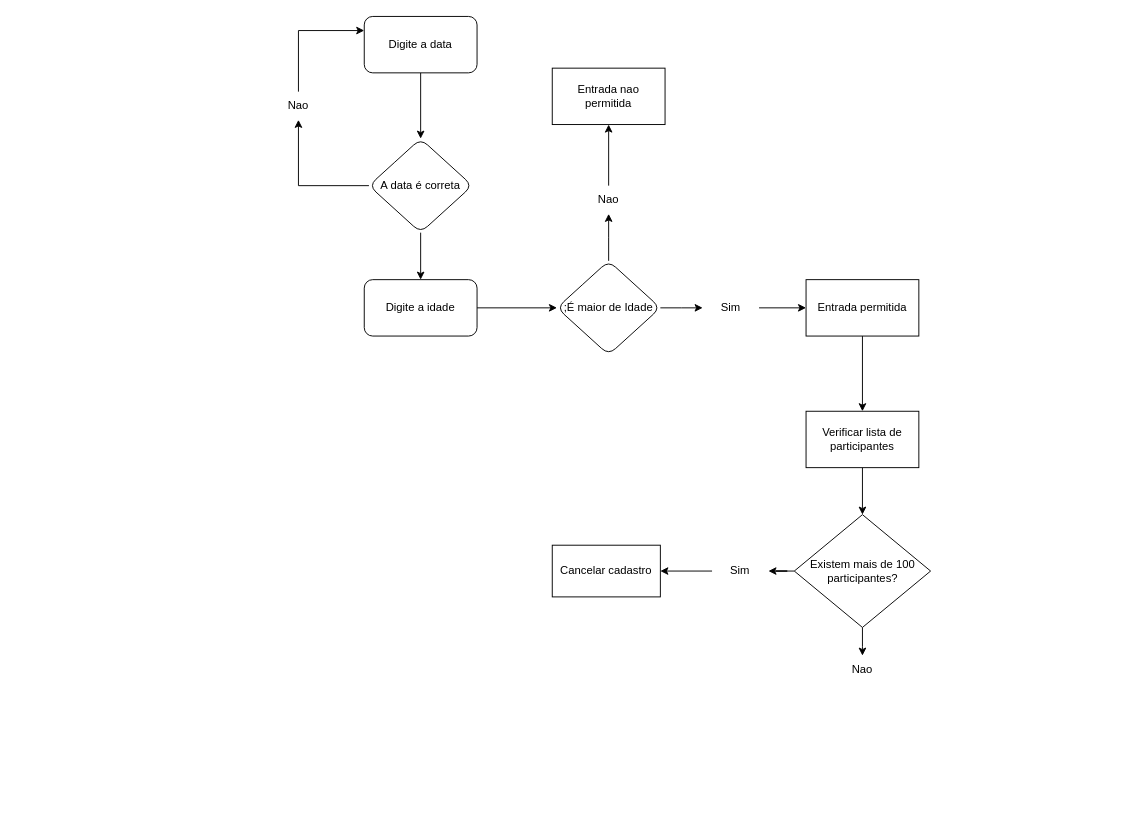
This is Primeiro Diagrama Exercicio.drawio from thiagomribe/primeirodiagrama, a draw.io file, before an edit. Source tidied: cells renumbered, new cells numbered last; positions are measured from the earlier drawing's top-left corner, leaving out a move shared by most shapes. Both pictures are drawn from the tidied source at 94%, with x=0, y=0 at pixel (270, 16).
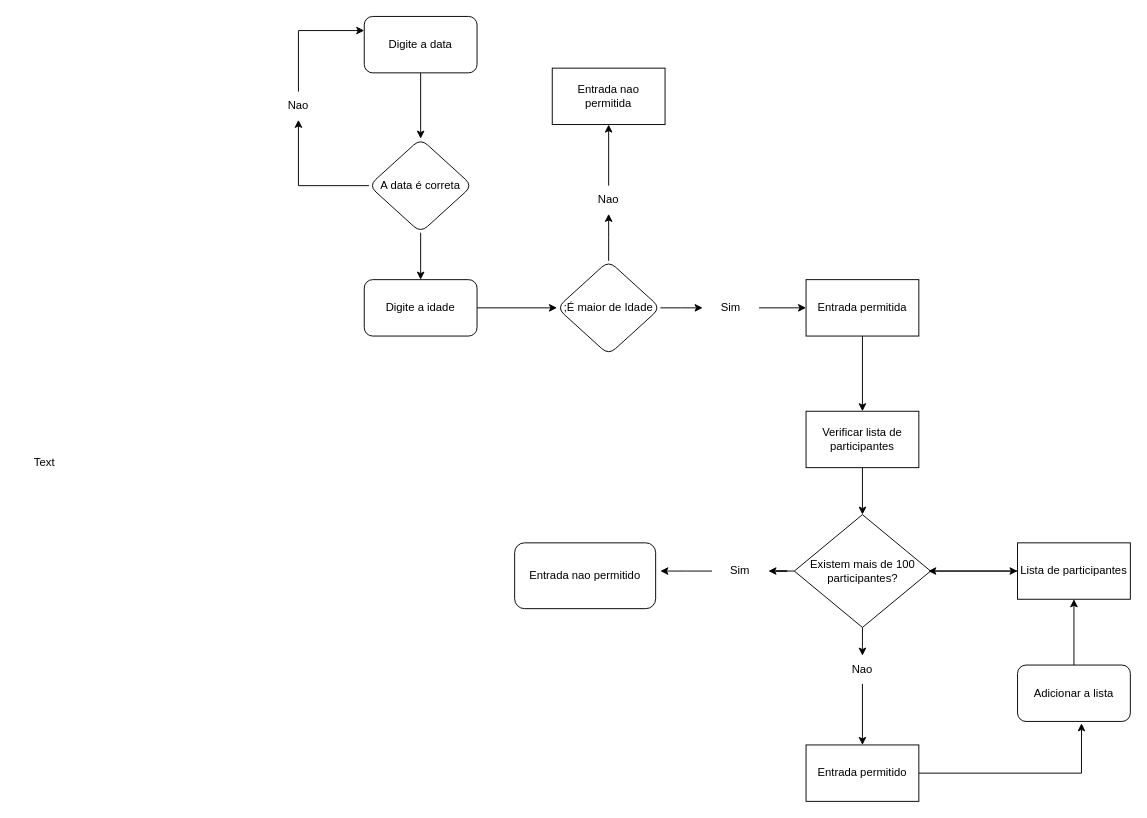
After the change.

The change refers to these unchanged cells:
```xml
<mxCell id="25" value="Existem mais de 100&lt;br&gt;participantes?" style="rhombus;whiteSpace=wrap;html=1;" parent="1" vertex="1">
  <mxGeometry x="557.5" y="530" width="145" height="120" as="geometry" />
</mxCell>
<mxCell id="27" value="Sim" style="text;html=1;strokeColor=none;fillColor=none;align=center;verticalAlign=middle;whiteSpace=wrap;rounded=0;" parent="1" vertex="1">
  <mxGeometry x="470" y="575" width="60" height="30" as="geometry" />
</mxCell>
<mxCell id="29" value="Nao" style="text;html=1;strokeColor=none;fillColor=none;align=center;verticalAlign=middle;whiteSpace=wrap;rounded=0;" parent="1" vertex="1">
  <mxGeometry x="600" y="680" width="60" height="30" as="geometry" />
</mxCell>
```

The edit, as a diff of the source:
```diff
@@
+    <mxCell id="30" style="edgeStyle=orthogonalEdgeStyle;rounded=0;jettySize=auto;html=1;exitX=0.983;exitY=0.5;exitDx=0;exitDy=0;exitPerimeter=0;" parent="1" edge="1" source="25" target="36">
+      <mxGeometry relative="1" as="geometry" />
+    </mxCell>
@@
-    <mxCell id="26" style="edgeStyle=orthogonalEdgeStyle;rounded=0;jettySize=auto;html=1;" parent="1" edge="1" source="27" target="28">
-      <mxGeometry relative="1" as="geometry" />
+    <mxCell id="26" style="edgeStyle=orthogonalEdgeStyle;rounded=0;jettySize=auto;html=1;" parent="1" edge="1" source="27">
+      <mxGeometry relative="1" as="geometry">
+        <mxPoint x="415" y="590" as="targetPoint" />
+      </mxGeometry>
     </mxCell>
@@
-    <mxCell id="28" value="Cancelar cadastro" style="whiteSpace=wrap;html=1;" parent="1" vertex="1">
-      <mxGeometry x="300" y="562.5" width="115" height="55" as="geometry" />
-    </mxCell>
+    <mxCell id="31" style="edgeStyle=orthogonalEdgeStyle;rounded=0;jettySize=auto;html=1;" parent="1" edge="1" source="29" target="34">
+      <mxGeometry relative="1" as="geometry" />
+    </mxCell>
@@
+    <mxCell id="32" value="Entrada nao permitido" style="rounded=1;whiteSpace=wrap;html=1;" parent="1" vertex="1">
+      <mxGeometry x="260" y="560" width="150" height="70" as="geometry" />
+    </mxCell>
+    <mxCell id="33" style="edgeStyle=orthogonalEdgeStyle;rounded=0;jettySize=auto;html=1;entryX=0.567;entryY=1.033;entryDx=0;entryDy=0;entryPerimeter=0;" parent="1" edge="1" source="34" target="39">
+      <mxGeometry relative="1" as="geometry" />
+    </mxCell>
+    <mxCell id="34" value="Entrada permitido" style="whiteSpace=wrap;html=1;" parent="1" vertex="1">
+      <mxGeometry x="570" y="775" width="120" height="60" as="geometry" />
+    </mxCell>
+    <mxCell id="35" style="edgeStyle=orthogonalEdgeStyle;rounded=0;jettySize=auto;html=1;" parent="1" edge="1" source="36">
+      <mxGeometry relative="1" as="geometry">
+        <mxPoint x="700" y="590" as="targetPoint" />
+      </mxGeometry>
+    </mxCell>
+    <mxCell id="36" value="Lista de participantes" style="whiteSpace=wrap;html=1;" parent="1" vertex="1">
+      <mxGeometry x="795" y="560" width="120" height="60" as="geometry" />
+    </mxCell>
+    <mxCell id="37" value="Text" style="text;html=1;strokeColor=none;fillColor=none;align=center;verticalAlign=middle;whiteSpace=wrap;rounded=0;" parent="1" vertex="1">
+      <mxGeometry x="-270" y="460" width="60" height="30" as="geometry" />
+    </mxCell>
+    <mxCell id="38" style="edgeStyle=orthogonalEdgeStyle;rounded=0;jettySize=auto;html=1;" parent="1" edge="1" source="39" target="36">
+      <mxGeometry relative="1" as="geometry" />
+    </mxCell>
+    <mxCell id="39" value="Adicionar a lista" style="rounded=1;whiteSpace=wrap;html=1;" parent="1" vertex="1">
+      <mxGeometry x="795" y="690" width="120" height="60" as="geometry" />
+    </mxCell>
```
